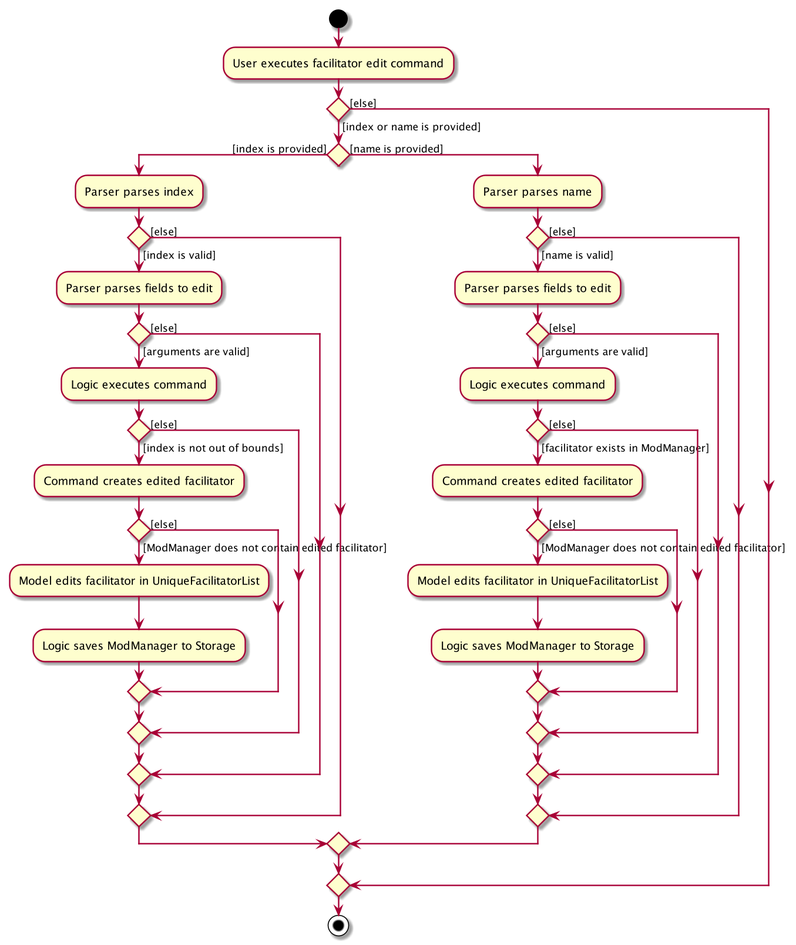
This is docs/images/FacilitatorEditActivityDiagram.png from zixinn/main, a PlantUML export, as it was before one commit.
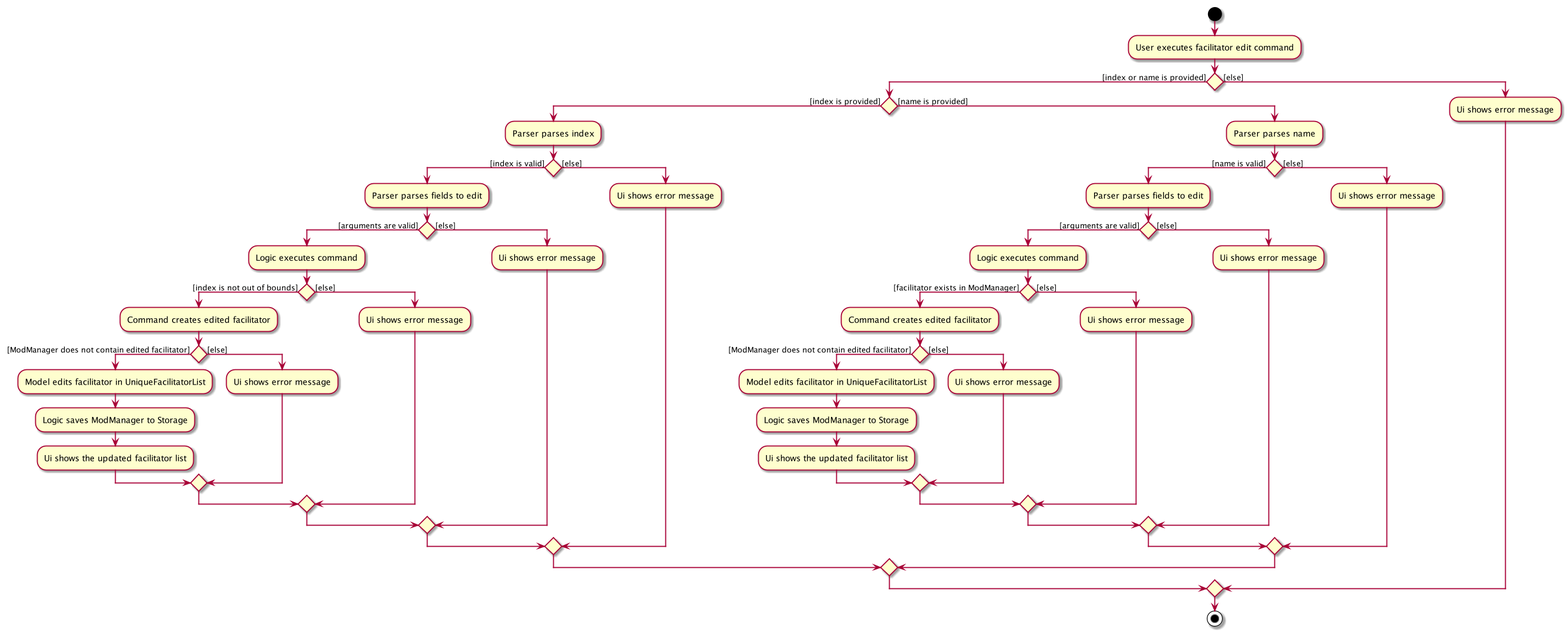
Later version of the same file.

The edit, as a diff of the source:
```diff
@@ -13,13 +13,18 @@
                     if () then ([ModManager does not contain edited facilitator])
                         :Model edits facilitator in UniqueFacilitatorList;
                         :Logic saves ModManager to Storage;
+                        :Ui shows the updated facilitator list;
                     else ([else])
+                        :Ui shows error message;
                     endif
                 else ([else])
+                    :Ui shows error message;
                 endif
             else ([else])
+                :Ui shows error message;
             endif
         else ([else])
+            :Ui shows error message;
         endif
     else ([name is provided])
         :Parser parses name;
@@ -32,16 +37,22 @@
                     if () then ([ModManager does not contain edited facilitator])
                         :Model edits facilitator in UniqueFacilitatorList;
                         :Logic saves ModManager to Storage;
+                        :Ui shows the updated facilitator list;
                     else ([else])
+                        :Ui shows error message;
                     endif
                 else ([else])
+                    :Ui shows error message;
                 endif
             else ([else])
+                :Ui shows error message;
             endif
         else ([else])
+            :Ui shows error message;
         endif
     endif
 else ([else])
+    :Ui shows error message;
 endif
 stop
 @enduml
```
